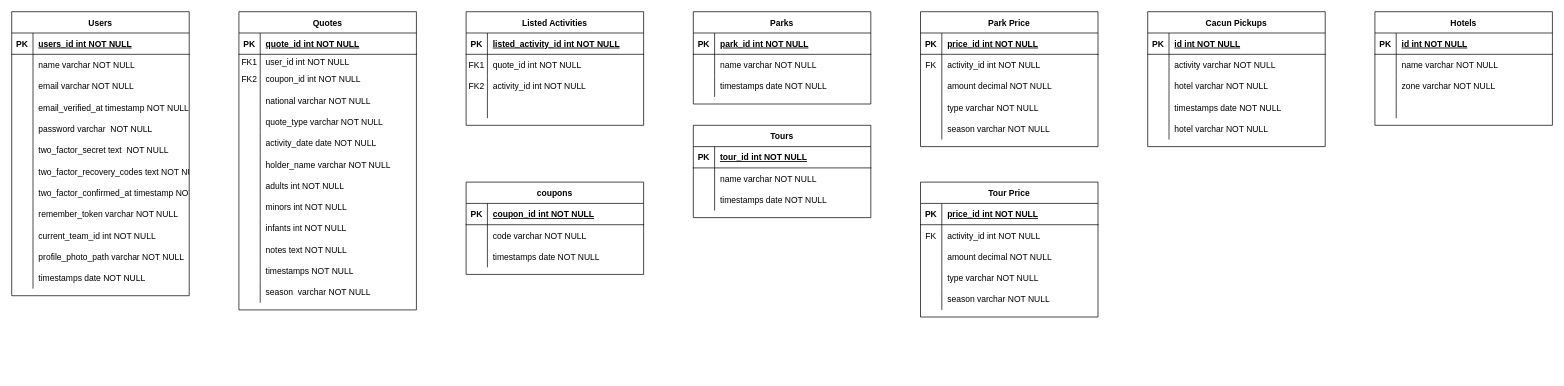
The draw.io diagram Diagrama sin título.drawio in Pcbtroniks/quote, before the edit. Source tidied: cells renumbered, new cells numbered last; positions are measured from the earlier drawing's top-left corner, leaving out a move shared by most shapes. Both pictures are drawn from the tidied source at 71%, with x=0, y=0 at pixel (11, 11).
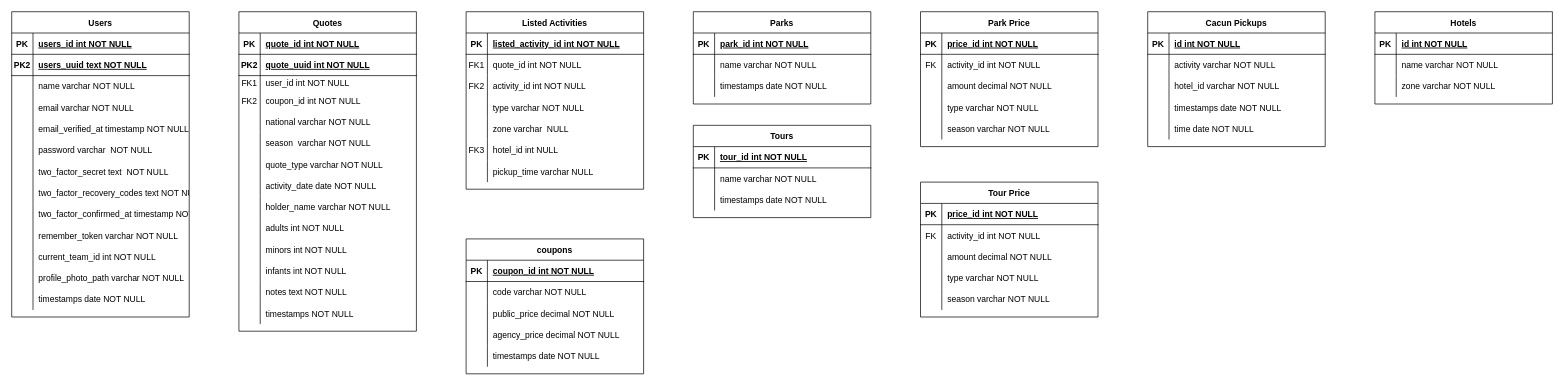
The same diagram, later.

The change refers to these unchanged cells:
```xml
<mxCell id="141" style="shape=partialRectangle;fillColor=none;top=0;left=0;right=0;bottom=0;" parent="131" vertex="1">
  <mxGeometry y="120" width="250" height="30" as="geometry" />
</mxCell>
<mxCell id="154" value="Cacun Pickups" style="shape=table;startSize=30;childLayout=tableLayout;rowLines=0;fontStyle=1;align=center;" parent="1" vertex="1">
  <mxGeometry x="1600" width="250" height="190" as="geometry" />
</mxCell>
<mxCell id="161" style="shape=partialRectangle;fillColor=none;top=0;left=0;right=0;bottom=0;" parent="154" vertex="1">
  <mxGeometry y="90" width="250" height="30" as="geometry" />
</mxCell>
```

Diff of the diagram source:
```diff
@@
     <mxCell id="2" value="Quotes" style="shape=table;startSize=30;childLayout=tableLayout;rowLines=0;fontStyle=1;align=center;" parent="1" vertex="1">
-      <mxGeometry x="320" width="250" height="420" as="geometry" />
+      <mxGeometry x="320" width="250" height="450" as="geometry" />
     </mxCell>
@@
+    <mxCell id="183" style="shape=partialRectangle;fillColor=none;top=0;left=0;right=0;bottom=1;" parent="2" vertex="1">
+      <mxGeometry y="60" width="250" height="30" as="geometry" />
+    </mxCell>
+    <mxCell id="184" value="PK2" style="shape=partialRectangle;overflow=hidden;fillColor=none;top=0;left=0;bottom=0;right=0;fontStyle=1;" parent="183" vertex="1">
+      <mxGeometry width="30" height="30" as="geometry" />
+    </mxCell>
+    <mxCell id="185" value="quote_uuid int NOT NULL " style="shape=partialRectangle;overflow=hidden;fillColor=none;top=0;left=0;bottom=0;right=0;align=left;spacingLeft=6;fontStyle=5;" parent="183" vertex="1">
+      <mxGeometry x="30" width="220" height="30" as="geometry" />
+    </mxCell>
     <mxCell id="6" style="shape=partialRectangle;fillColor=none;top=0;left=0;right=0;bottom=0;" parent="2" vertex="1">
-      <mxGeometry y="60" width="250" height="20" as="geometry" />
+      <mxGeometry y="90" width="250" height="20" as="geometry" />
     </mxCell>
@@
     <mxCell id="9" style="shape=partialRectangle;fillColor=none;top=0;left=0;right=0;bottom=0;" parent="2" vertex="1">
-      <mxGeometry y="80" width="250" height="30" as="geometry" />
+      <mxGeometry y="110" width="250" height="30" as="geometry" />
     </mxCell>
@@
     <mxCell id="12" style="shape=partialRectangle;fillColor=none;top=0;left=0;right=0;bottom=0;" parent="2" vertex="1">
-      <mxGeometry y="110" width="250" height="30" as="geometry" />
+      <mxGeometry y="140" width="250" height="30" as="geometry" />
     </mxCell>
@@
+    <mxCell id="39" style="shape=partialRectangle;fillColor=none;top=0;left=0;right=0;bottom=0;" parent="2" vertex="1">
+      <mxGeometry y="170" width="250" height="30" as="geometry" />
+    </mxCell>
+    <mxCell id="40" style="shape=partialRectangle;overflow=hidden;fillColor=none;top=0;left=0;bottom=0;right=0;" parent="39" vertex="1">
+      <mxGeometry width="30" height="30" as="geometry" />
+    </mxCell>
+    <mxCell id="41" value="season  varchar NOT NULL" style="shape=partialRectangle;overflow=hidden;fillColor=none;top=0;left=0;bottom=0;right=0;align=left;spacingLeft=6;" parent="39" vertex="1">
+      <mxGeometry x="30" width="220" height="30" as="geometry" />
+    </mxCell>
     <mxCell id="15" style="shape=partialRectangle;fillColor=none;top=0;left=0;right=0;bottom=0;" parent="2" vertex="1">
-      <mxGeometry y="140" width="250" height="30" as="geometry" />
+      <mxGeometry y="200" width="250" height="30" as="geometry" />
     </mxCell>
@@
     <mxCell id="18" style="shape=partialRectangle;fillColor=none;top=0;left=0;right=0;bottom=0;" parent="2" vertex="1">
-      <mxGeometry y="170" width="250" height="30" as="geometry" />
+      <mxGeometry y="230" width="250" height="30" as="geometry" />
     </mxCell>
@@
     <mxCell id="21" style="shape=partialRectangle;fillColor=none;top=0;left=0;right=0;bottom=0;" parent="2" vertex="1">
-      <mxGeometry y="200" width="250" height="30" as="geometry" />
+      <mxGeometry y="260" width="250" height="30" as="geometry" />
     </mxCell>
@@
     <mxCell id="24" style="shape=partialRectangle;fillColor=none;top=0;left=0;right=0;bottom=0;" parent="2" vertex="1">
-      <mxGeometry y="230" width="250" height="30" as="geometry" />
+      <mxGeometry y="290" width="250" height="30" as="geometry" />
     </mxCell>
@@
     <mxCell id="27" style="shape=partialRectangle;fillColor=none;top=0;left=0;right=0;bottom=0;" parent="2" vertex="1">
-      <mxGeometry y="260" width="250" height="30" as="geometry" />
+      <mxGeometry y="320" width="250" height="30" as="geometry" />
     </mxCell>
@@
     <mxCell id="30" style="shape=partialRectangle;fillColor=none;top=0;left=0;right=0;bottom=0;" parent="2" vertex="1">
-      <mxGeometry y="290" width="250" height="30" as="geometry" />
+      <mxGeometry y="350" width="250" height="30" as="geometry" />
     </mxCell>
@@
     <mxCell id="33" style="shape=partialRectangle;fillColor=none;top=0;left=0;right=0;bottom=0;" parent="2" vertex="1">
-      <mxGeometry y="320" width="250" height="30" as="geometry" />
+      <mxGeometry y="380" width="250" height="30" as="geometry" />
     </mxCell>
@@
     <mxCell id="36" style="shape=partialRectangle;fillColor=none;top=0;left=0;right=0;bottom=0;" parent="2" vertex="1">
-      <mxGeometry y="350" width="250" height="30" as="geometry" />
+      <mxGeometry y="410" width="250" height="30" as="geometry" />
     </mxCell>
@@
-    <mxCell id="39" style="shape=partialRectangle;fillColor=none;top=0;left=0;right=0;bottom=0;" parent="2" vertex="1">
-      <mxGeometry y="380" width="250" height="30" as="geometry" />
-    </mxCell>
-    <mxCell id="40" style="shape=partialRectangle;overflow=hidden;fillColor=none;top=0;left=0;bottom=0;right=0;" parent="39" vertex="1">
-      <mxGeometry width="30" height="30" as="geometry" />
-    </mxCell>
-    <mxCell id="41" value="season  varchar NOT NULL" style="shape=partialRectangle;overflow=hidden;fillColor=none;top=0;left=0;bottom=0;right=0;align=left;spacingLeft=6;" parent="39" vertex="1">
-      <mxGeometry x="30" width="220" height="30" as="geometry" />
-    </mxCell>
@@
     <mxCell id="52" value="Users" style="shape=table;startSize=30;childLayout=tableLayout;rowLines=0;fontStyle=1;align=center;" parent="1" vertex="1">
-      <mxGeometry width="250" height="400" as="geometry" />
+      <mxGeometry width="250" height="430" as="geometry" />
     </mxCell>
@@
+    <mxCell id="186" style="shape=partialRectangle;fillColor=none;top=0;left=0;right=0;bottom=1;" parent="52" vertex="1">
+      <mxGeometry y="60" width="250" height="30" as="geometry" />
+    </mxCell>
+    <mxCell id="187" value="PK2" style="shape=partialRectangle;overflow=hidden;fillColor=none;top=0;left=0;bottom=0;right=0;fontStyle=1;" parent="186" vertex="1">
+      <mxGeometry width="30" height="30" as="geometry" />
+    </mxCell>
+    <mxCell id="188" value="users_uuid text NOT NULL " style="shape=partialRectangle;overflow=hidden;fillColor=none;top=0;left=0;bottom=0;right=0;align=left;spacingLeft=6;fontStyle=5;" parent="186" vertex="1">
+      <mxGeometry x="30" width="220" height="30" as="geometry" />
+    </mxCell>
     <mxCell id="56" style="shape=partialRectangle;fillColor=none;top=0;left=0;right=0;bottom=0;" parent="52" vertex="1">
-      <mxGeometry y="60" width="250" height="30" as="geometry" />
+      <mxGeometry y="90" width="250" height="30" as="geometry" />
     </mxCell>
@@
     <mxCell id="59" style="shape=partialRectangle;fillColor=none;top=0;left=0;right=0;bottom=0;" parent="52" vertex="1">
-      <mxGeometry y="90" width="250" height="30" as="geometry" />
+      <mxGeometry y="120" width="250" height="30" as="geometry" />
     </mxCell>
@@
     <mxCell id="62" style="shape=partialRectangle;fillColor=none;top=0;left=0;right=0;bottom=0;" parent="52" vertex="1">
-      <mxGeometry y="120" width="250" height="30" as="geometry" />
+      <mxGeometry y="150" width="250" height="30" as="geometry" />
     </mxCell>
@@
     <mxCell id="65" style="shape=partialRectangle;fillColor=none;top=0;left=0;right=0;bottom=0;" parent="52" vertex="1">
-      <mxGeometry y="150" width="250" height="30" as="geometry" />
+      <mxGeometry y="180" width="250" height="30" as="geometry" />
     </mxCell>
@@
     <mxCell id="68" style="shape=partialRectangle;fillColor=none;top=0;left=0;right=0;bottom=0;" parent="52" vertex="1">
-      <mxGeometry y="180" width="250" height="30" as="geometry" />
+      <mxGeometry y="210" width="250" height="30" as="geometry" />
     </mxCell>
@@
     <mxCell id="71" style="shape=partialRectangle;fillColor=none;top=0;left=0;right=0;bottom=0;" parent="52" vertex="1">
-      <mxGeometry y="210" width="250" height="30" as="geometry" />
+      <mxGeometry y="240" width="250" height="30" as="geometry" />
     </mxCell>
@@
     <mxCell id="74" style="shape=partialRectangle;fillColor=none;top=0;left=0;right=0;bottom=0;" parent="52" vertex="1">
-      <mxGeometry y="240" width="250" height="30" as="geometry" />
+      <mxGeometry y="270" width="250" height="30" as="geometry" />
     </mxCell>
@@
     <mxCell id="77" style="shape=partialRectangle;fillColor=none;top=0;left=0;right=0;bottom=0;" parent="52" vertex="1">
-      <mxGeometry y="270" width="250" height="30" as="geometry" />
+      <mxGeometry y="300" width="250" height="30" as="geometry" />
     </mxCell>
@@
     <mxCell id="80" style="shape=partialRectangle;fillColor=none;top=0;left=0;right=0;bottom=0;" parent="52" vertex="1">
-      <mxGeometry y="300" width="250" height="30" as="geometry" />
+      <mxGeometry y="330" width="250" height="30" as="geometry" />
     </mxCell>
@@
     <mxCell id="83" style="shape=partialRectangle;fillColor=none;top=0;left=0;right=0;bottom=0;" parent="52" vertex="1">
-      <mxGeometry y="330" width="250" height="30" as="geometry" />
+      <mxGeometry y="360" width="250" height="30" as="geometry" />
     </mxCell>
@@
     <mxCell id="86" style="shape=partialRectangle;fillColor=none;top=0;left=0;right=0;bottom=0;" parent="52" vertex="1">
-      <mxGeometry y="360" width="250" height="30" as="geometry" />
+      <mxGeometry y="390" width="250" height="30" as="geometry" />
     </mxCell>
@@
     <mxCell id="131" value="Listed Activities" style="shape=table;startSize=30;childLayout=tableLayout;rowLines=0;fontStyle=1;align=center;" parent="1" vertex="1">
-      <mxGeometry x="640" width="250" height="160" as="geometry" />
+      <mxGeometry x="640" width="250" height="250" as="geometry" />
     </mxCell>
@@
-    <mxCell id="143" style="shape=partialRectangle;overflow=hidden;fillColor=none;top=0;left=0;bottom=0;right=0;align=left;spacingLeft=6;" parent="141" vertex="1">
+    <mxCell id="143" value="type varchar NOT NULL" style="shape=partialRectangle;overflow=hidden;fillColor=none;top=0;left=0;bottom=0;right=0;align=left;spacingLeft=6;" parent="141" vertex="1">
       <mxGeometry x="30" width="220" height="30" as="geometry" />
     </mxCell>
+    <mxCell id="189" style="shape=partialRectangle;fillColor=none;top=0;left=0;right=0;bottom=0;" parent="131" vertex="1">
+      <mxGeometry y="150" width="250" height="30" as="geometry" />
+    </mxCell>
+    <mxCell id="190" style="shape=partialRectangle;overflow=hidden;fillColor=none;top=0;left=0;bottom=0;right=0;" parent="189" vertex="1">
+      <mxGeometry width="30" height="30" as="geometry" />
+    </mxCell>
+    <mxCell id="191" value="zone varchar  NULL" style="shape=partialRectangle;overflow=hidden;fillColor=none;top=0;left=0;bottom=0;right=0;align=left;spacingLeft=6;" parent="189" vertex="1">
+      <mxGeometry x="30" width="220" height="30" as="geometry" />
+    </mxCell>
+    <mxCell id="192" style="shape=partialRectangle;fillColor=none;top=0;left=0;right=0;bottom=0;" parent="131" vertex="1">
+      <mxGeometry y="180" width="250" height="30" as="geometry" />
+    </mxCell>
+    <mxCell id="193" value="FK3" style="shape=partialRectangle;overflow=hidden;fillColor=none;top=0;left=0;bottom=0;right=0;" parent="192" vertex="1">
+      <mxGeometry width="30" height="30" as="geometry" />
+    </mxCell>
+    <mxCell id="194" value="hotel_id int NULL" style="shape=partialRectangle;overflow=hidden;fillColor=none;top=0;left=0;bottom=0;right=0;align=left;spacingLeft=6;" parent="192" vertex="1">
+      <mxGeometry x="30" width="220" height="30" as="geometry" />
+    </mxCell>
+    <mxCell id="195" style="shape=partialRectangle;fillColor=none;top=0;left=0;right=0;bottom=0;" parent="131" vertex="1">
+      <mxGeometry y="210" width="250" height="30" as="geometry" />
+    </mxCell>
+    <mxCell id="196" style="shape=partialRectangle;overflow=hidden;fillColor=none;top=0;left=0;bottom=0;right=0;" parent="195" vertex="1">
+      <mxGeometry width="30" height="30" as="geometry" />
+    </mxCell>
+    <mxCell id="197" value="pickup_time varchar NULL" style="shape=partialRectangle;overflow=hidden;fillColor=none;top=0;left=0;bottom=0;right=0;align=left;spacingLeft=6;" parent="195" vertex="1">
+      <mxGeometry x="30" width="220" height="30" as="geometry" />
+    </mxCell>
     <mxCell id="144" value="coupons" style="shape=table;startSize=30;childLayout=tableLayout;rowLines=0;fontStyle=1;align=center;" parent="1" vertex="1">
-      <mxGeometry x="640" y="240" width="250" height="130" as="geometry" />
+      <mxGeometry x="640" y="320" width="250" height="190" as="geometry" />
     </mxCell>
@@
+    <mxCell id="198" style="shape=partialRectangle;fillColor=none;top=0;left=0;right=0;bottom=0;" parent="144" vertex="1">
+      <mxGeometry y="90" width="250" height="30" as="geometry" />
+    </mxCell>
+    <mxCell id="199" style="shape=partialRectangle;overflow=hidden;fillColor=none;top=0;left=0;bottom=0;right=0;" parent="198" vertex="1">
+      <mxGeometry width="30" height="30" as="geometry" />
+    </mxCell>
+    <mxCell id="200" value="public_price decimal NOT NULL" style="shape=partialRectangle;overflow=hidden;fillColor=none;top=0;left=0;bottom=0;right=0;align=left;spacingLeft=6;" parent="198" vertex="1">
+      <mxGeometry x="30" width="220" height="30" as="geometry" />
+    </mxCell>
+    <mxCell id="180" style="shape=partialRectangle;fillColor=none;top=0;left=0;right=0;bottom=0;" parent="144" vertex="1">
+      <mxGeometry y="120" width="250" height="30" as="geometry" />
+    </mxCell>
+    <mxCell id="201" style="shape=partialRectangle;overflow=hidden;fillColor=none;top=0;left=0;bottom=0;right=0;" parent="180" vertex="1">
+      <mxGeometry width="30" height="30" as="geometry" />
+    </mxCell>
+    <mxCell id="202" value="agency_price decimal NOT NULL" style="shape=partialRectangle;overflow=hidden;fillColor=none;top=0;left=0;bottom=0;right=0;align=left;spacingLeft=6;" parent="180" vertex="1">
+      <mxGeometry x="30" width="220" height="30" as="geometry" />
+    </mxCell>
     <mxCell id="151" style="shape=partialRectangle;fillColor=none;top=0;left=0;right=0;bottom=0;" parent="144" vertex="1">
-      <mxGeometry y="90" width="250" height="30" as="geometry" />
+      <mxGeometry y="150" width="250" height="30" as="geometry" />
     </mxCell>
@@
-    <mxCell id="163" value="hotel varchar NOT NULL" style="shape=partialRectangle;overflow=hidden;fillColor=none;top=0;left=0;bottom=0;right=0;align=left;spacingLeft=6;" parent="161" vertex="1">
+    <mxCell id="163" value="hotel_id varchar NOT NULL" style="shape=partialRectangle;overflow=hidden;fillColor=none;top=0;left=0;bottom=0;right=0;align=left;spacingLeft=6;" parent="161" vertex="1">
       <mxGeometry x="30" width="220" height="30" as="geometry" />
     </mxCell>
@@
-    <mxCell id="167" style="shape=partialRectangle;fillColor=none;top=0;left=0;right=0;bottom=0;" parent="154" vertex="1">
-      <mxGeometry y="150" width="250" height="30" as="geometry" />
-    </mxCell>
-    <mxCell id="168" style="shape=partialRectangle;overflow=hidden;fillColor=none;top=0;left=0;bottom=0;right=0;" parent="167" vertex="1">
-      <mxGeometry width="30" height="30" as="geometry" />
-    </mxCell>
-    <mxCell id="169" value="hotel varchar NOT NULL" style="shape=partialRectangle;overflow=hidden;fillColor=none;top=0;left=0;bottom=0;right=0;align=left;spacingLeft=6;" parent="167" vertex="1">
-      <mxGeometry x="30" width="220" height="30" as="geometry" />
-    </mxCell>
+    <mxCell id="203" style="shape=partialRectangle;fillColor=none;top=0;left=0;right=0;bottom=0;" parent="154" vertex="1">
+      <mxGeometry y="150" width="250" height="30" as="geometry" />
+    </mxCell>
+    <mxCell id="204" style="shape=partialRectangle;overflow=hidden;fillColor=none;top=0;left=0;bottom=0;right=0;" parent="203" vertex="1">
+      <mxGeometry width="30" height="30" as="geometry" />
+    </mxCell>
+    <mxCell id="205" value="time date NOT NULL" style="shape=partialRectangle;overflow=hidden;fillColor=none;top=0;left=0;bottom=0;right=0;align=left;spacingLeft=6;" parent="203" vertex="1">
+      <mxGeometry x="30" width="220" height="30" as="geometry" />
+    </mxCell>
     <mxCell id="170" value="Hotels" style="shape=table;startSize=30;childLayout=tableLayout;rowLines=0;fontStyle=1;align=center;" parent="1" vertex="1">
-      <mxGeometry x="1920" width="250" height="160" as="geometry" />
+      <mxGeometry x="1920" width="250" height="130" as="geometry" />
     </mxCell>
@@
-    <mxCell id="180" style="shape=partialRectangle;fillColor=none;top=0;left=0;right=0;bottom=0;" parent="170" vertex="1">
-      <mxGeometry y="120" width="250" height="30" as="geometry" />
-    </mxCell>
-    <mxCell id="181" style="shape=partialRectangle;overflow=hidden;fillColor=none;top=0;left=0;bottom=0;right=0;" parent="180" vertex="1">
-      <mxGeometry width="30" height="30" as="geometry" />
-    </mxCell>
-    <mxCell id="182" style="shape=partialRectangle;overflow=hidden;fillColor=none;top=0;left=0;bottom=0;right=0;align=left;spacingLeft=6;" parent="180" vertex="1">
-      <mxGeometry x="30" width="220" height="30" as="geometry" />
-    </mxCell>
```
